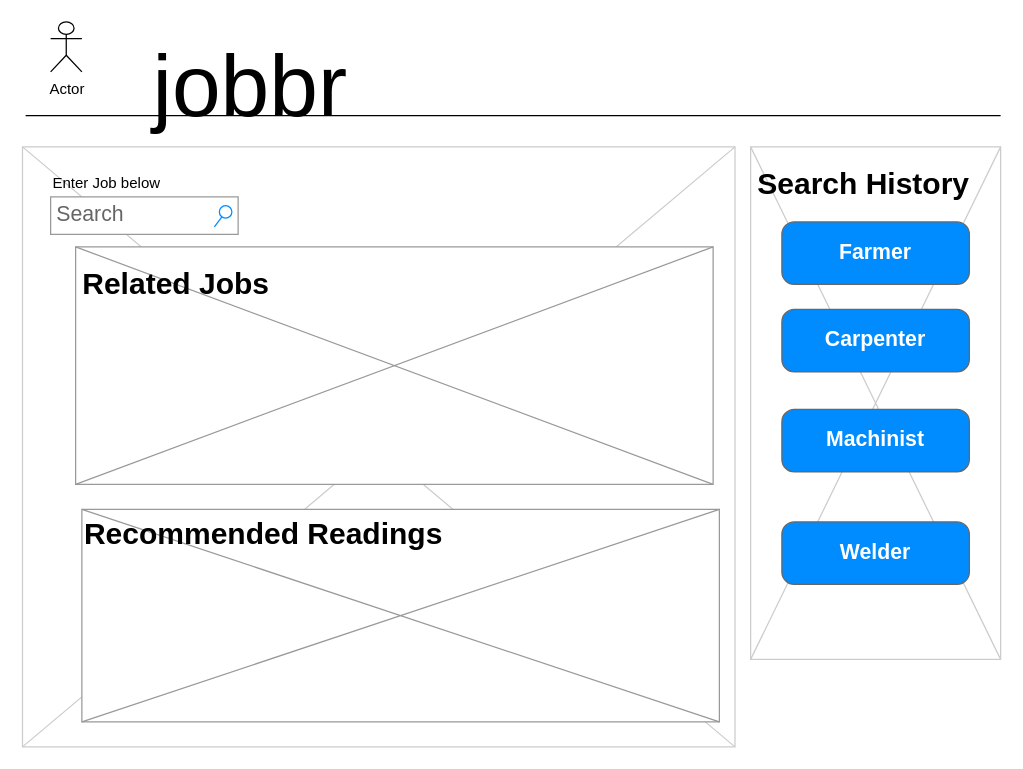
cek333/job.Rr keeps this draw.io diagram as Untitled Diagram.drawio. Above is the earlier version. Source tidied: cells renumbered, new cells numbered last; positions are measured from the earlier drawing's top-left corner, leaving out a move shared by most shapes. Both pictures are drawn from the tidied source at 125%, with x=0, y=0 at pixel (22, 21).
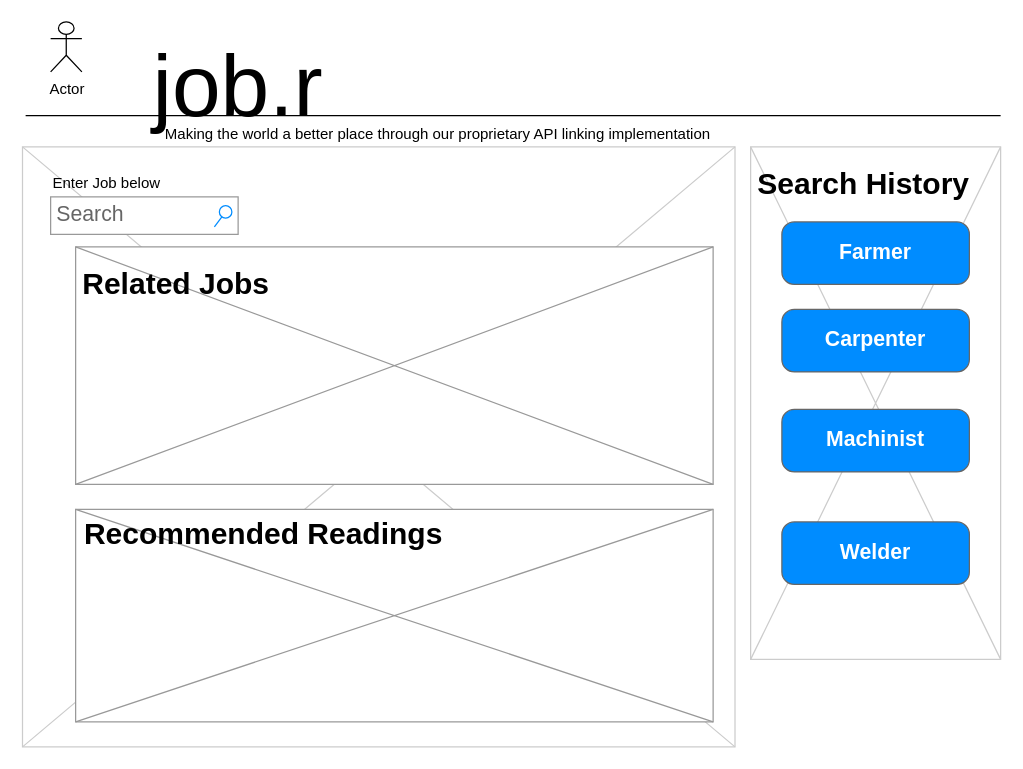
After the change.

Change to the diagram source:
```diff
@@
 <mxGraphModel background="#ffffff">
   <root>
     <mxCell id="0" />
     <mxCell id="1" parent="0" />
     <mxCell id="2" style="verticalLabelPosition=bottom;verticalAlign=top;strokeWidth=1;shape=mxgraph.mockup.graphics.iconGrid;strokeColor=#CCCCCC;gridSize=1,1;" parent="1" vertex="1">
       <mxGeometry x="582" y="100" width="200" height="410" as="geometry" />
     </mxCell>
     <mxCell id="3" style="verticalLabelPosition=bottom;verticalAlign=top;strokeWidth=1;shape=mxgraph.mockup.graphics.iconGrid;strokeColor=#CCCCCC;gridSize=1,1;" parent="1" vertex="1">
       <mxGeometry x="-0.5" y="100" width="570" height="480" as="geometry" />
     </mxCell>
-    <mxCell id="4" value="jobbr" style="text;spacingTop=-5;fontSize=70;fontStyle=0;" parent="1" vertex="1">
+    <mxCell id="4" value="job.r" style="text;spacingTop=-5;fontSize=70;fontStyle=0;" parent="1" vertex="1">
       <mxGeometry x="102" y="5" width="230" height="30" as="geometry" />
     </mxCell>
     <mxCell id="5" style="line;strokeWidth=1;" parent="1" vertex="1">
       <mxGeometry x="2" y="70" width="780" height="10" as="geometry" />
     </mxCell>
     <mxCell id="6" value="Actor" style="shape=umlActor;verticalLabelPosition=bottom;verticalAlign=top;html=1;" parent="1" vertex="1">
       <mxGeometry x="22" width="25" height="40" as="geometry" />
     </mxCell>
     <mxCell id="7" value="Search" style="strokeWidth=1;shadow=0;dashed=0;align=center;html=1;shape=mxgraph.mockup.forms.searchBox;strokeColor=#999999;mainText=;strokeColor2=#008cff;fontColor=#666666;fontSize=17;align=left;spacingLeft=3;" parent="1" vertex="1">
       <mxGeometry x="22" y="140" width="150" height="30" as="geometry" />
     </mxCell>
     <mxCell id="8" value="Enter Job below" style="text;spacingTop=-5;whiteSpace=wrap;html=1;align=left;fontSize=12;fontFamily=Helvetica;fillColor=none;strokeColor=none;" parent="1" vertex="1">
       <mxGeometry x="22" y="120" width="170" height="20" as="geometry" />
     </mxCell>
     <mxCell id="9" style="verticalLabelPosition=bottom;shadow=0;dashed=0;align=center;html=1;verticalAlign=top;strokeWidth=1;shape=mxgraph.mockup.graphics.simpleIcon;strokeColor=#999999;" parent="1" vertex="1">
-      <mxGeometry x="47" y="390" width="510" height="170" as="geometry" />
+      <mxGeometry x="42" y="390" width="510" height="170" as="geometry" />
     </mxCell>
     <mxCell id="10" style="verticalLabelPosition=bottom;shadow=0;dashed=0;align=center;html=1;verticalAlign=top;strokeWidth=1;shape=mxgraph.mockup.graphics.simpleIcon;strokeColor=#999999;" parent="1" vertex="1">
       <mxGeometry x="42" y="180" width="510" height="190" as="geometry" />
     </mxCell>
     <mxCell id="11" value="Related Jobs" style="text;strokeColor=none;fillColor=none;html=1;fontSize=24;fontStyle=1;verticalAlign=middle;align=center;" parent="1" vertex="1">
       <mxGeometry x="72" y="190" width="100" height="40" as="geometry" />
     </mxCell>
     <mxCell id="12" value="Recommended Readings" style="text;strokeColor=none;fillColor=none;html=1;fontSize=24;fontStyle=1;verticalAlign=middle;align=center;" parent="1" vertex="1">
       <mxGeometry x="142" y="390" width="100" height="40" as="geometry" />
     </mxCell>
     <mxCell id="13" value="Search History" style="text;strokeColor=none;fillColor=none;html=1;fontSize=24;fontStyle=1;verticalAlign=middle;align=center;" parent="1" vertex="1">
       <mxGeometry x="622" y="110" width="100" height="40" as="geometry" />
     </mxCell>
     <mxCell id="14" value="Farmer" style="strokeWidth=1;shadow=0;dashed=0;align=center;html=1;shape=mxgraph.mockup.buttons.button;strokeColor=#666666;fontColor=#ffffff;mainText=;buttonStyle=round;fontSize=17;fontStyle=1;fillColor=#008cff;whiteSpace=wrap;" parent="1" vertex="1">
       <mxGeometry x="607" y="160" width="150" height="50" as="geometry" />
     </mxCell>
     <mxCell id="15" value="Carpenter" style="strokeWidth=1;shadow=0;dashed=0;align=center;html=1;shape=mxgraph.mockup.buttons.button;strokeColor=#666666;fontColor=#ffffff;mainText=;buttonStyle=round;fontSize=17;fontStyle=1;fillColor=#008cff;whiteSpace=wrap;" parent="1" vertex="1">
       <mxGeometry x="607" y="230" width="150" height="50" as="geometry" />
     </mxCell>
     <mxCell id="16" value="Machinist" style="strokeWidth=1;shadow=0;dashed=0;align=center;html=1;shape=mxgraph.mockup.buttons.button;strokeColor=#666666;fontColor=#ffffff;mainText=;buttonStyle=round;fontSize=17;fontStyle=1;fillColor=#008cff;whiteSpace=wrap;" parent="1" vertex="1">
       <mxGeometry x="607" y="310" width="150" height="50" as="geometry" />
     </mxCell>
     <mxCell id="17" value="Welder" style="strokeWidth=1;shadow=0;dashed=0;align=center;html=1;shape=mxgraph.mockup.buttons.button;strokeColor=#666666;fontColor=#ffffff;mainText=;buttonStyle=round;fontSize=17;fontStyle=1;fillColor=#008cff;whiteSpace=wrap;" parent="1" vertex="1">
       <mxGeometry x="607" y="400" width="150" height="50" as="geometry" />
     </mxCell>
+    <mxCell id="18" value="Making the world a better place through our proprietary API linking implementation" style="text;html=1;strokeColor=none;fillColor=none;align=center;verticalAlign=middle;whiteSpace=wrap;rounded=0;" parent="1" vertex="1">
+      <mxGeometry x="102" y="80" width="460" height="20" as="geometry" />
+    </mxCell>
   </root>
 </mxGraphModel>
```
